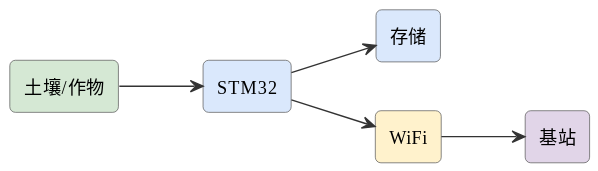
The PlantUML diagram assets/diagrams/ideas-fig32.svg in mingyi0818/IntelligentMcuCourse, before a commit.
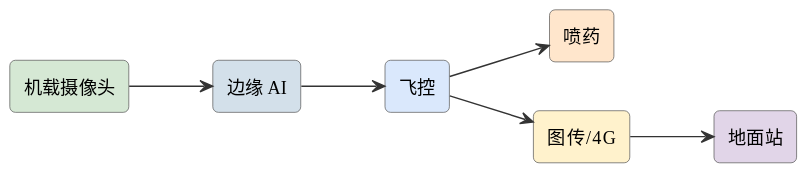
The same diagram one commit later.

What changed in the source:
```diff
@@ -6,13 +6,15 @@
 skinparam arrowFontSize 11
 skinparam arrowColor #333
 left to right direction
-rectangle "土壤/作物" as s #d5e8d4
-rectangle "STM32" as stm #dae8fc
-rectangle "存储" as mem #dae8fc
-rectangle "WiFi" as wifi #fff2cc
-rectangle "基站" as base #e1d5e8
-s --> stm
-stm --> mem
-stm --> wifi
-wifi --> base
+rectangle "机载摄像头" as cam #d5e8d4
+rectangle "边缘 AI" as npu #d3e0ea
+rectangle "飞控" as fc #dae8fc
+rectangle "喷药" as spray #ffe6cc
+rectangle "图传/4G" as link #fff2cc
+rectangle "地面站" as gs #e1d5e8
+cam --> npu
+npu --> fc
+fc --> spray
+fc --> link
+link --> gs
 @enduml
```
